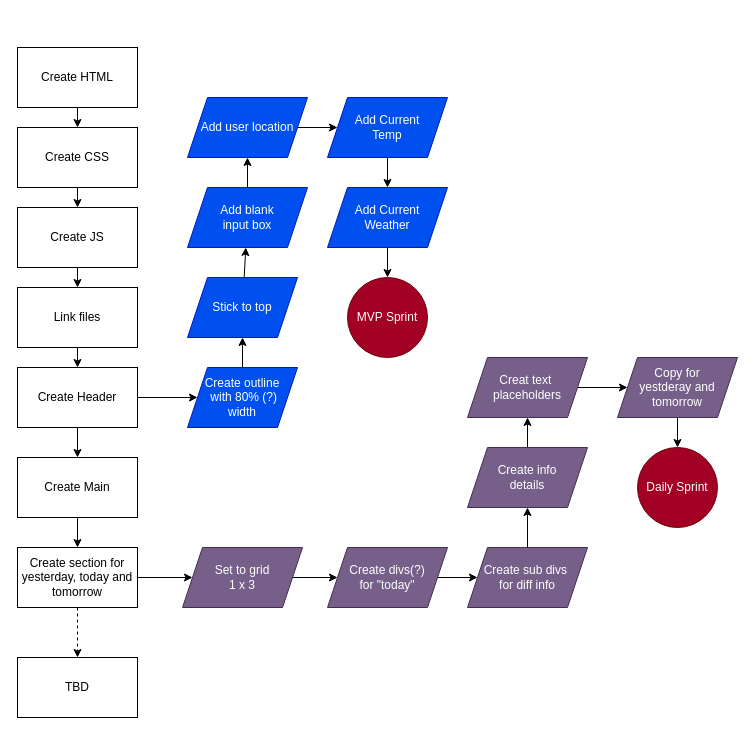
This is page "Design Sprint" (2 of 4) of Planner.drawio from DayHikari/WeatherApp, a draw.io file, before an edit. Source tidied: cells renumbered, new cells numbered last; positions are measured from the earlier drawing's top-left corner, leaving out a move shared by most shapes. Both pictures are drawn from the tidied source at 100%, with x=0, y=0 at pixel (17, 17).
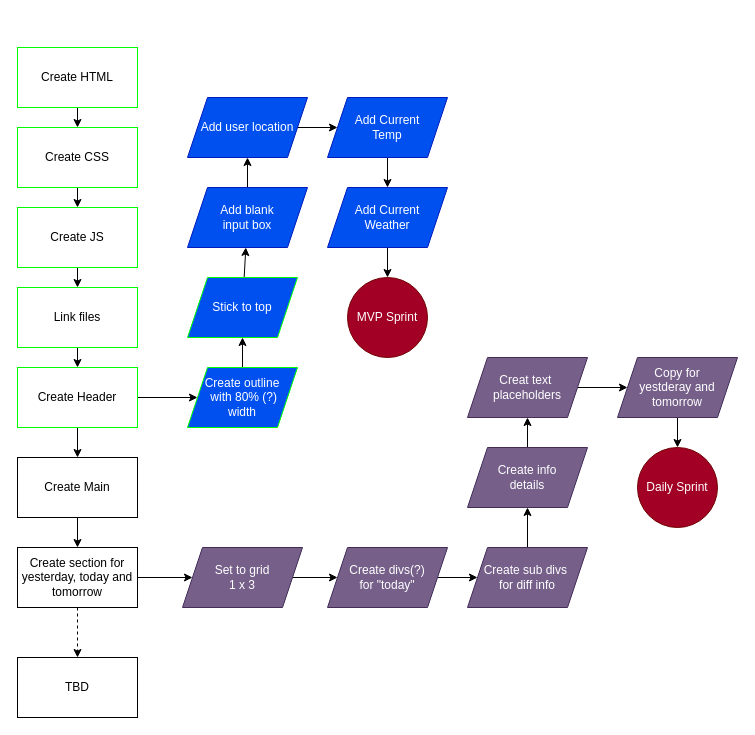
Above is the later version.

Commit message (it also covers changes not shown here):
Header base complete

What changed in the source:
```diff
@@
-    <mxCell id="3" value="Create HTML" style="rounded=0;whiteSpace=wrap;html=1;" parent="1" vertex="1">
+    <mxCell id="3" value="Create HTML" style="rounded=0;whiteSpace=wrap;html=1;strokeColor=#00FF00;" parent="1" vertex="1">
       <mxGeometry y="30" width="120" height="60" as="geometry" />
     </mxCell>
@@
-    <mxCell id="5" value="Create CSS" style="whiteSpace=wrap;html=1;rounded=0;" parent="1" vertex="1">
+    <mxCell id="5" value="Create CSS" style="whiteSpace=wrap;html=1;rounded=0;strokeColor=#00FF00;" parent="1" vertex="1">
       <mxGeometry y="110" width="120" height="60" as="geometry" />
     </mxCell>
@@
-    <mxCell id="7" value="Create JS" style="whiteSpace=wrap;html=1;rounded=0;" parent="1" vertex="1">
+    <mxCell id="7" value="Create JS" style="whiteSpace=wrap;html=1;rounded=0;strokeColor=#00FF00;" parent="1" vertex="1">
       <mxGeometry y="190" width="120" height="60" as="geometry" />
     </mxCell>
@@
-    <mxCell id="9" value="Link files" style="whiteSpace=wrap;html=1;rounded=0;" parent="1" vertex="1">
+    <mxCell id="9" value="Link files" style="whiteSpace=wrap;html=1;rounded=0;strokeColor=#00FF00;" parent="1" vertex="1">
       <mxGeometry y="270" width="120" height="60" as="geometry" />
     </mxCell>
@@
-    <mxCell id="12" value="Create Header" style="whiteSpace=wrap;html=1;rounded=0;" parent="1" vertex="1">
+    <mxCell id="12" value="Create Header" style="whiteSpace=wrap;html=1;rounded=0;strokeColor=#00FF00;" parent="1" vertex="1">
       <mxGeometry y="350" width="120" height="60" as="geometry" />
     </mxCell>
@@
-    <mxCell id="14" value="Stick to top" style="shape=parallelogram;perimeter=parallelogramPerimeter;whiteSpace=wrap;html=1;fixedSize=1;fillColor=#0050ef;fontColor=#ffffff;strokeColor=#001DBC;" parent="1" vertex="1">
+    <mxCell id="14" value="Stick to top" style="shape=parallelogram;perimeter=parallelogramPerimeter;whiteSpace=wrap;html=1;fixedSize=1;fillColor=#0050ef;fontColor=#ffffff;strokeColor=#00FF00;" parent="1" vertex="1">
       <mxGeometry x="170" y="260" width="110" height="60" as="geometry" />
     </mxCell>
@@
-    <mxCell id="16" value="Create outline&lt;br&gt;&amp;nbsp;with 80% (?) &lt;br&gt;width" style="shape=parallelogram;perimeter=parallelogramPerimeter;whiteSpace=wrap;html=1;fixedSize=1;fillColor=#0050ef;fontColor=#ffffff;strokeColor=#001DBC;" parent="1" vertex="1">
+    <mxCell id="16" value="Create outline&lt;br&gt;&amp;nbsp;with 80% (?) &lt;br&gt;width" style="shape=parallelogram;perimeter=parallelogramPerimeter;whiteSpace=wrap;html=1;fixedSize=1;fillColor=#0050ef;fontColor=#ffffff;strokeColor=#00FF00;" parent="1" vertex="1">
       <mxGeometry x="170" y="350" width="110" height="60" as="geometry" />
     </mxCell>
```
